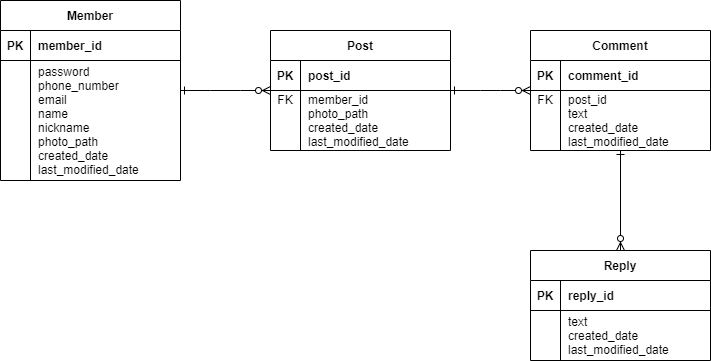
JunYoung-C/Instagram keeps this draw.io diagram as Sprint1 Table.drawio.png. Above is the earlier version. Source tidied: cells renumbered, new cells last; positions are measured from the earlier drawing's top-left corner, leaving out a move shared by most shapes.
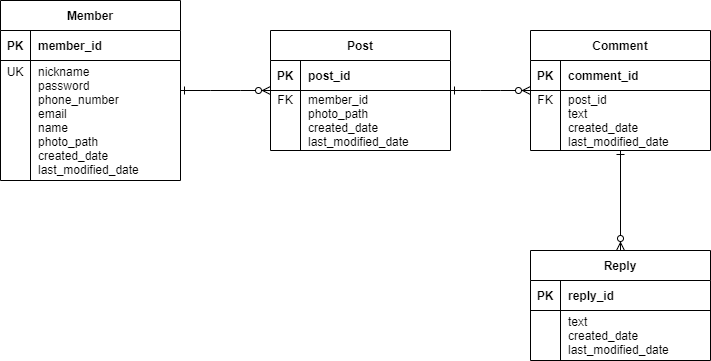
Above is the later version.

Commit message:
docs: nickname에 유니크 제약조건 추가

The edit, as a diff of the source:
```diff
@@ -17,10 +17,10 @@
     <mxCell id="6" style="shape=tableRow;horizontal=0;startSize=0;swimlaneHead=0;swimlaneBody=0;fillColor=none;top=0;left=0;right=0;bottom=0;" parent="2" vertex="1">
       <mxGeometry y="60" width="180" height="120" as="geometry" />
     </mxCell>
-    <mxCell id="7" style="shape=partialRectangle;fillColor=none;top=0;left=0;bottom=0;right=0;overflow=hidden;" parent="6" vertex="1">
+    <mxCell id="7" value="UK&#10;&#10;&#10;&#10;&#10;&#10;&#10;" style="shape=partialRectangle;fillColor=none;top=0;left=0;bottom=0;right=0;overflow=hidden;" parent="6" vertex="1">
       <mxGeometry width="30" height="120" as="geometry" />
     </mxCell>
-    <mxCell id="8" value="password&#10;phone_number&#10;email&#10;name&#10;nickname&#10;photo_path&#10;created_date&#10;last_modified_date" style="shape=partialRectangle;fillColor=none;top=0;left=0;bottom=0;right=0;align=left;spacingLeft=6;overflow=hidden;" parent="6" vertex="1">
+    <mxCell id="8" value="nickname&#10;password&#10;phone_number&#10;email&#10;name&#10;photo_path&#10;created_date&#10;last_modified_date" style="shape=partialRectangle;fillColor=none;top=0;left=0;bottom=0;right=0;align=left;spacingLeft=6;overflow=hidden;" parent="6" vertex="1">
       <mxGeometry x="30" width="150" height="120" as="geometry" />
     </mxCell>
     <mxCell id="9" value="Reply" style="shape=table;startSize=30;rowLines=0;fontStyle=1;align=center;" parent="1" vertex="1">
```
